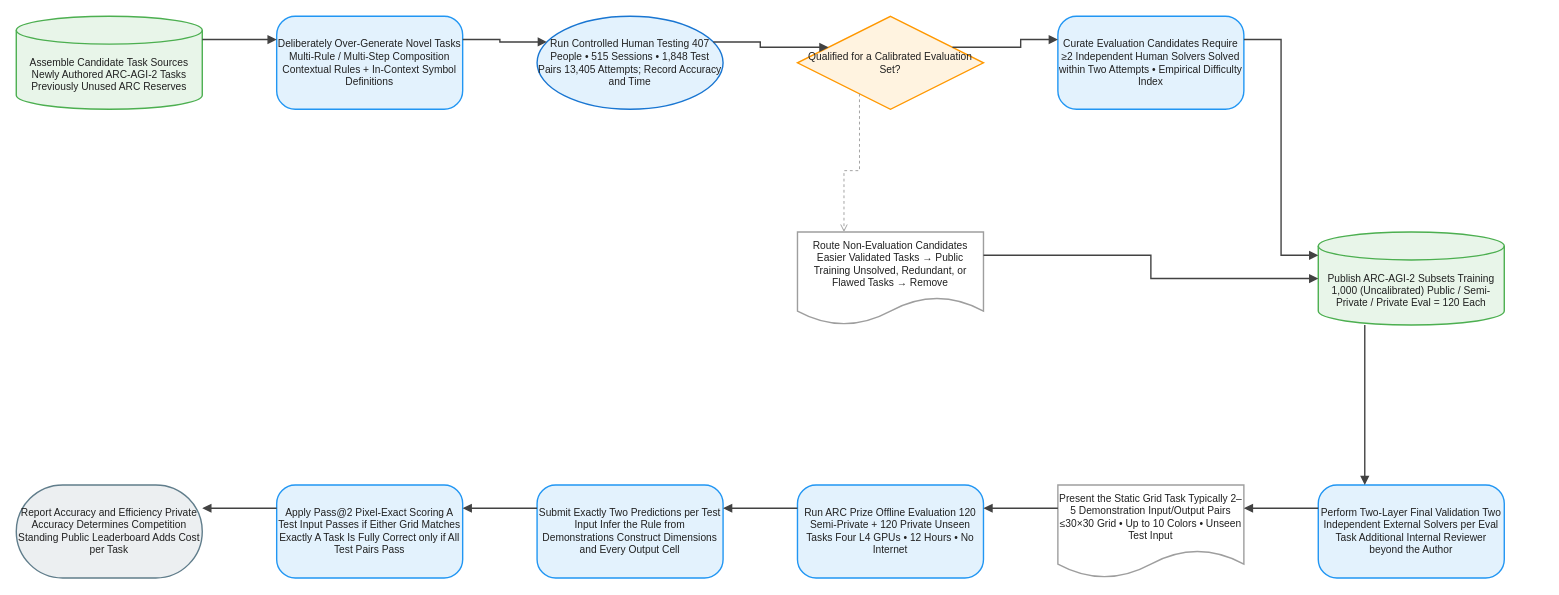
This is client/public/drawio/ARC-AGI-2/ARC-AGI-2.en.drawio from joe1chief/benchmark-hub, a draw.io file, before an edit. Source tidied: cells renumbered, new cells numbered last; positions are measured from the earlier drawing's top-left corner, leaving out a move shared by most shapes. Both pictures are drawn from the tidied source at 93%, with x=0, y=0 at pixel (16, 16).
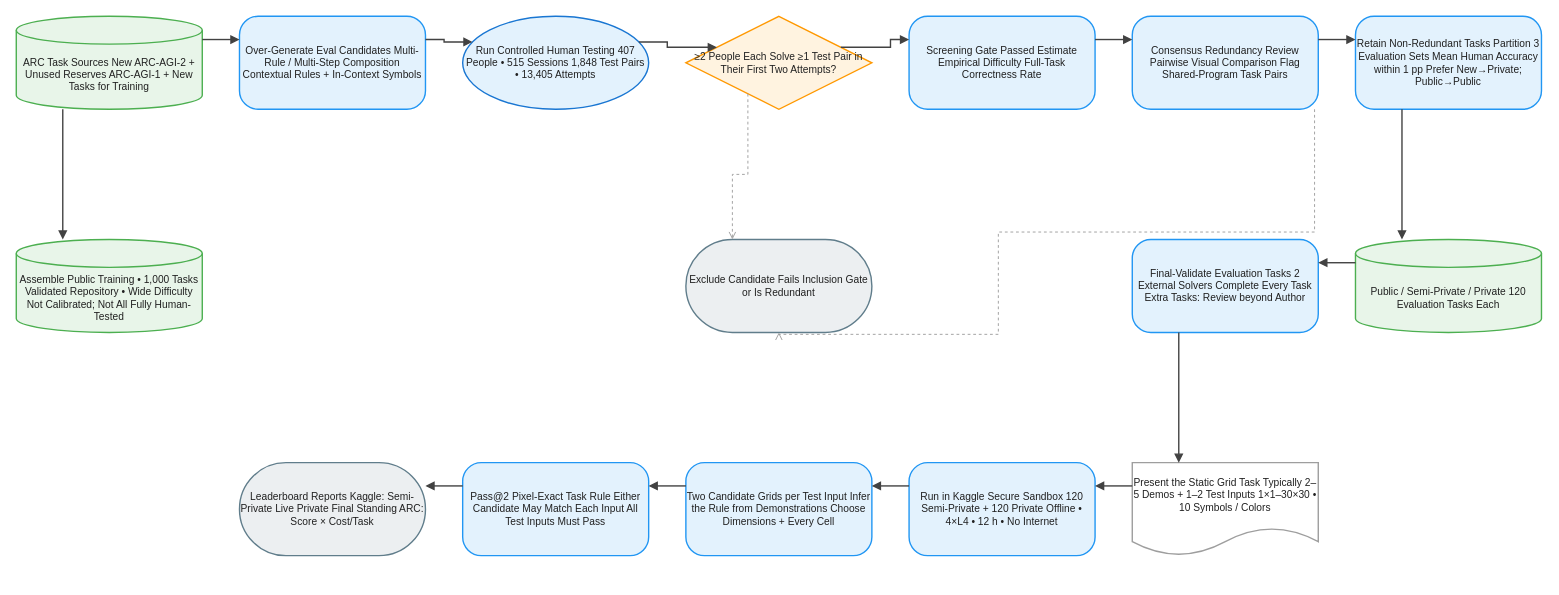
After the change.

Diff of the diagram source:
```diff
@@
-    <mxCell id="2" value="Assemble Candidate Task Sources Newly Authored ARC-AGI-2 Tasks Previously Unused ARC Reserves" style="shape=cylinder3;boundedLbl=1;backgroundOutline=1;size=15;html=1;whiteSpace=wrap;fillColor=#E8F5E9;strokeColor=#4CAF50;strokeWidth=1.5;fontColor=#212121;fontSize=11;fontFamily=Arial, Helvetica, sans-serif;verticalAlign=middle;align=center;" parent="1" vertex="1">
+    <mxCell id="2" value="ARC Task Sources New ARC-AGI-2 + Unused Reserves ARC-AGI-1 + New Tasks for Training" style="shape=cylinder3;boundedLbl=1;backgroundOutline=1;size=15;html=1;whiteSpace=wrap;fillColor=#E8F5E9;strokeColor=#4CAF50;strokeWidth=1.5;fontColor=#212121;fontSize=11;fontFamily=Arial, Helvetica, sans-serif;verticalAlign=middle;align=center;" parent="1" vertex="1">
       <mxGeometry width="200" height="100" as="geometry" />
     </mxCell>
-    <mxCell id="3" value="Deliberately Over-Generate Novel Tasks Multi-Rule / Multi-Step Composition Contextual Rules + In-Context Symbol Definitions" style="rounded=1;arcSize=20;html=1;whiteSpace=wrap;fillColor=#E3F2FD;strokeColor=#2196F3;strokeWidth=1.5;fontColor=#212121;fontSize=11;fontFamily=Arial, Helvetica, sans-serif;verticalAlign=middle;align=center;" parent="1" vertex="1">
-      <mxGeometry x="280" width="200" height="100" as="geometry" />
+    <mxCell id="3" value="Over-Generate Eval Candidates Multi-Rule / Multi-Step Composition Contextual Rules + In-Context Symbols" style="rounded=1;arcSize=20;html=1;whiteSpace=wrap;fillColor=#E3F2FD;strokeColor=#2196F3;strokeWidth=1.5;fontColor=#212121;fontSize=11;fontFamily=Arial, Helvetica, sans-serif;verticalAlign=middle;align=center;" parent="1" vertex="1">
+      <mxGeometry x="240" width="200" height="100" as="geometry" />
     </mxCell>
-    <mxCell id="4" value="Run Controlled Human Testing 407 People • 515 Sessions • 1,848 Test Pairs 13,405 Attempts; Record Accuracy and Time" style="ellipse;html=1;whiteSpace=wrap;fillColor=#E3F2FD;strokeColor=#1976D2;strokeWidth=1.5;fontColor=#212121;fontSize=11;fontFamily=Arial, Helvetica, sans-serif;verticalAlign=middle;align=center;" parent="1" vertex="1">
-      <mxGeometry x="560" width="200" height="100" as="geometry" />
+    <mxCell id="4" value="Run Controlled Human Testing 407 People • 515 Sessions 1,848 Test Pairs • 13,405 Attempts" style="ellipse;html=1;whiteSpace=wrap;fillColor=#E3F2FD;strokeColor=#1976D2;strokeWidth=1.5;fontColor=#212121;fontSize=11;fontFamily=Arial, Helvetica, sans-serif;verticalAlign=middle;align=center;" parent="1" vertex="1">
+      <mxGeometry x="480" width="200" height="100" as="geometry" />
     </mxCell>
-    <mxCell id="5" value="Qualified for a Calibrated Evaluation Set?" style="rhombus;html=1;whiteSpace=wrap;fillColor=#FFF3E0;strokeColor=#FF9800;strokeWidth=1.5;fontColor=#212121;fontSize=11;fontFamily=Arial, Helvetica, sans-serif;verticalAlign=middle;align=center;" parent="1" vertex="1">
-      <mxGeometry x="840" width="200" height="100" as="geometry" />
+    <mxCell id="5" value="≥2 People Each Solve ≥1 Test Pair in Their First Two Attempts?" style="rhombus;html=1;whiteSpace=wrap;fillColor=#FFF3E0;strokeColor=#FF9800;strokeWidth=1.5;fontColor=#212121;fontSize=11;fontFamily=Arial, Helvetica, sans-serif;verticalAlign=middle;align=center;" parent="1" vertex="1">
+      <mxGeometry x="720" width="200" height="100" as="geometry" />
     </mxCell>
-    <mxCell id="6" value="Curate Evaluation Candidates Require ≥2 Independent Human Solvers Solved within Two Attempts • Empirical Difficulty Index" style="rounded=1;arcSize=20;html=1;whiteSpace=wrap;fillColor=#E3F2FD;strokeColor=#2196F3;strokeWidth=1.5;fontColor=#212121;fontSize=11;fontFamily=Arial, Helvetica, sans-serif;verticalAlign=middle;align=center;" parent="1" vertex="1">
-      <mxGeometry x="1120" width="200" height="100" as="geometry" />
+    <mxCell id="6" value="Screening Gate Passed Estimate Empirical Difficulty Full-Task Correctness Rate" style="rounded=1;arcSize=20;html=1;whiteSpace=wrap;fillColor=#E3F2FD;strokeColor=#2196F3;strokeWidth=1.5;fontColor=#212121;fontSize=11;fontFamily=Arial, Helvetica, sans-serif;verticalAlign=middle;align=center;" parent="1" vertex="1">
+      <mxGeometry x="960" width="200" height="100" as="geometry" />
     </mxCell>
-    <mxCell id="7" value="Route Non-Evaluation Candidates Easier Validated Tasks → Public Training Unsolved, Redundant, or Flawed Tasks → Remove" style="shape=document;boundedLbl=1;html=1;whiteSpace=wrap;fillColor=#FFFFFF;strokeColor=#9E9E9E;strokeWidth=1.5;fontColor=#212121;fontSize=11;fontFamily=Arial, Helvetica, sans-serif;verticalAlign=middle;align=center;" parent="1" vertex="1">
-      <mxGeometry x="840" y="232" width="200" height="100" as="geometry" />
+    <mxCell id="7" value="Consensus Redundancy Review Pairwise Visual Comparison Flag Shared-Program Task Pairs" style="rounded=1;arcSize=20;html=1;whiteSpace=wrap;fillColor=#E3F2FD;strokeColor=#2196F3;strokeWidth=1.5;fontColor=#212121;fontSize=11;fontFamily=Arial, Helvetica, sans-serif;verticalAlign=middle;align=center;" parent="1" vertex="1">
+      <mxGeometry x="1200" width="200" height="100" as="geometry" />
     </mxCell>
-    <mxCell id="8" value="Publish ARC-AGI-2 Subsets Training 1,000 (Uncalibrated) Public / Semi-Private / Private Eval = 120 Each" style="shape=cylinder3;boundedLbl=1;backgroundOutline=1;size=15;html=1;whiteSpace=wrap;fillColor=#E8F5E9;strokeColor=#4CAF50;strokeWidth=1.5;fontColor=#212121;fontSize=11;fontFamily=Arial, Helvetica, sans-serif;verticalAlign=middle;align=center;" parent="1" vertex="1">
-      <mxGeometry x="1400" y="232" width="200" height="100" as="geometry" />
+    <mxCell id="8" value="Retain Non-Redundant Tasks Partition 3 Evaluation Sets Mean Human Accuracy within 1 pp Prefer New→Private; Public→Public" style="rounded=1;arcSize=20;html=1;whiteSpace=wrap;fillColor=#E3F2FD;strokeColor=#2196F3;strokeWidth=1.5;fontColor=#212121;fontSize=11;fontFamily=Arial, Helvetica, sans-serif;verticalAlign=middle;align=center;" parent="1" vertex="1">
+      <mxGeometry x="1440" width="200" height="100" as="geometry" />
     </mxCell>
-    <mxCell id="9" value="Perform Two-Layer Final Validation Two Independent External Solvers per Eval Task Additional Internal Reviewer beyond the Author" style="rounded=1;arcSize=20;html=1;whiteSpace=wrap;fillColor=#E3F2FD;strokeColor=#2196F3;strokeWidth=1.5;fontColor=#212121;fontSize=11;fontFamily=Arial, Helvetica, sans-serif;verticalAlign=middle;align=center;" parent="1" vertex="1">
-      <mxGeometry x="1400" y="504" width="200" height="100" as="geometry" />
+    <mxCell id="9" value="Assemble Public Training • 1,000 Tasks Validated Repository • Wide Difficulty Not Calibrated; Not All Fully Human-Tested" style="shape=cylinder3;boundedLbl=1;backgroundOutline=1;size=15;html=1;whiteSpace=wrap;fillColor=#E8F5E9;strokeColor=#4CAF50;strokeWidth=1.5;fontColor=#212121;fontSize=11;fontFamily=Arial, Helvetica, sans-serif;verticalAlign=middle;align=center;" parent="1" vertex="1">
+      <mxGeometry y="240" width="200" height="100" as="geometry" />
     </mxCell>
-    <mxCell id="10" value="Present the Static Grid Task Typically 2–5 Demonstration Input/Output Pairs ≤30×30 Grid • Up to 10 Colors • Unseen Test Input" style="shape=document;boundedLbl=1;html=1;whiteSpace=wrap;fillColor=#FFFFFF;strokeColor=#9E9E9E;strokeWidth=1.5;fontColor=#212121;fontSize=11;fontFamily=Arial, Helvetica, sans-serif;verticalAlign=middle;align=center;" parent="1" vertex="1">
-      <mxGeometry x="1120" y="504" width="200" height="100" as="geometry" />
+    <mxCell id="10" value="Public / Semi-Private / Private 120 Evaluation Tasks Each" style="shape=cylinder3;boundedLbl=1;backgroundOutline=1;size=15;html=1;whiteSpace=wrap;fillColor=#E8F5E9;strokeColor=#4CAF50;strokeWidth=1.5;fontColor=#212121;fontSize=11;fontFamily=Arial, Helvetica, sans-serif;verticalAlign=middle;align=center;" parent="1" vertex="1">
+      <mxGeometry x="1440" y="240" width="200" height="100" as="geometry" />
     </mxCell>
-    <mxCell id="11" value="Run ARC Prize Offline Evaluation 120 Semi-Private + 120 Private Unseen Tasks Four L4 GPUs • 12 Hours • No Internet" style="rounded=1;arcSize=20;html=1;whiteSpace=wrap;fillColor=#E3F2FD;strokeColor=#2196F3;strokeWidth=1.5;fontColor=#212121;fontSize=11;fontFamily=Arial, Helvetica, sans-serif;verticalAlign=middle;align=center;" parent="1" vertex="1">
-      <mxGeometry x="840" y="504" width="200" height="100" as="geometry" />
+    <mxCell id="11" value="Exclude Candidate Fails Inclusion Gate or Is Redundant" style="rounded=1;arcSize=50;html=1;whiteSpace=wrap;fillColor=#ECEFF1;strokeColor=#607D8B;strokeWidth=1.5;fontColor=#212121;fontSize=11;fontFamily=Arial, Helvetica, sans-serif;verticalAlign=middle;align=center;" parent="1" vertex="1">
+      <mxGeometry x="720" y="240" width="200" height="100" as="geometry" />
     </mxCell>
-    <mxCell id="12" value="Submit Exactly Two Predictions per Test Input Infer the Rule from Demonstrations Construct Dimensions and Every Output Cell" style="rounded=1;arcSize=20;html=1;whiteSpace=wrap;fillColor=#E3F2FD;strokeColor=#2196F3;strokeWidth=1.5;fontColor=#212121;fontSize=11;fontFamily=Arial, Helvetica, sans-serif;verticalAlign=middle;align=center;" parent="1" vertex="1">
-      <mxGeometry x="560" y="504" width="200" height="100" as="geometry" />
+    <mxCell id="12" value="Final-Validate Evaluation Tasks 2 External Solvers Complete Every Task Extra Tasks: Review beyond Author" style="rounded=1;arcSize=20;html=1;whiteSpace=wrap;fillColor=#E3F2FD;strokeColor=#2196F3;strokeWidth=1.5;fontColor=#212121;fontSize=11;fontFamily=Arial, Helvetica, sans-serif;verticalAlign=middle;align=center;" parent="1" vertex="1">
+      <mxGeometry x="1200" y="240" width="200" height="100" as="geometry" />
     </mxCell>
-    <mxCell id="13" value="Apply Pass@2 Pixel-Exact Scoring A Test Input Passes if Either Grid Matches Exactly A Task Is Fully Correct only if All Test Pairs Pass" style="rounded=1;arcSize=20;html=1;whiteSpace=wrap;fillColor=#E3F2FD;strokeColor=#2196F3;strokeWidth=1.5;fontColor=#212121;fontSize=11;fontFamily=Arial, Helvetica, sans-serif;verticalAlign=middle;align=center;" parent="1" vertex="1">
-      <mxGeometry x="280" y="504" width="200" height="100" as="geometry" />
+    <mxCell id="13" value="Present the Static Grid Task Typically 2–5 Demos + 1–2 Test Inputs 1×1–30×30 • 10 Symbols / Colors" style="shape=document;boundedLbl=1;html=1;whiteSpace=wrap;fillColor=#FFFFFF;strokeColor=#9E9E9E;strokeWidth=1.5;fontColor=#212121;fontSize=11;fontFamily=Arial, Helvetica, sans-serif;verticalAlign=middle;align=center;" parent="1" vertex="1">
+      <mxGeometry x="1200" y="480" width="200" height="100" as="geometry" />
     </mxCell>
-    <mxCell id="14" value="Report Accuracy and Efficiency Private Accuracy Determines Competition Standing Public Leaderboard Adds Cost per Task" style="rounded=1;arcSize=50;html=1;whiteSpace=wrap;fillColor=#ECEFF1;strokeColor=#607D8B;strokeWidth=1.5;fontColor=#212121;fontSize=11;fontFamily=Arial, Helvetica, sans-serif;verticalAlign=middle;align=center;" parent="1" vertex="1">
-      <mxGeometry y="504" width="200" height="100" as="geometry" />
+    <mxCell id="14" value="Run in Kaggle Secure Sandbox 120 Semi-Private + 120 Private Offline • 4×L4 • 12 h • No Internet" style="rounded=1;arcSize=20;html=1;whiteSpace=wrap;fillColor=#E3F2FD;strokeColor=#2196F3;strokeWidth=1.5;fontColor=#212121;fontSize=11;fontFamily=Arial, Helvetica, sans-serif;verticalAlign=middle;align=center;" parent="1" vertex="1">
+      <mxGeometry x="960" y="480" width="200" height="100" as="geometry" />
     </mxCell>
-    <mxCell id="15" style="edgeStyle=orthogonalEdgeStyle;rounded=0;jettySize=auto;html=1;strokeColor=#424242;strokeWidth=1.5;endArrow=block;endFill=1;exitX=1;exitY=0.25;exitDx=0;exitDy=0;entryX=0;entryY=0.25;entryDx=0;entryDy=0;jumpStyle=arc;jumpSize=8;" parent="1" edge="1" source="2" target="3">
-      <mxGeometry relative="1" as="geometry" />
+    <mxCell id="15" value="Two Candidate Grids per Test Input Infer the Rule from Demonstrations Choose Dimensions + Every Cell" style="rounded=1;arcSize=20;html=1;whiteSpace=wrap;fillColor=#E3F2FD;strokeColor=#2196F3;strokeWidth=1.5;fontColor=#212121;fontSize=11;fontFamily=Arial, Helvetica, sans-serif;verticalAlign=middle;align=center;" parent="1" vertex="1">
+      <mxGeometry x="720" y="480" width="200" height="100" as="geometry" />
     </mxCell>
-    <mxCell id="16" style="edgeStyle=orthogonalEdgeStyle;rounded=0;jettySize=auto;html=1;strokeColor=#424242;strokeWidth=1.5;endArrow=block;endFill=1;exitX=1;exitY=0.25;exitDx=0;exitDy=0;entryX=0;entryY=0.25;entryDx=0;entryDy=0;jumpStyle=arc;jumpSize=8;" parent="1" edge="1" source="3" target="4">
-      <mxGeometry relative="1" as="geometry" />
+    <mxCell id="16" value="Pass@2 Pixel-Exact Task Rule Either Candidate May Match Each Input All Test Inputs Must Pass" style="rounded=1;arcSize=20;html=1;whiteSpace=wrap;fillColor=#E3F2FD;strokeColor=#2196F3;strokeWidth=1.5;fontColor=#212121;fontSize=11;fontFamily=Arial, Helvetica, sans-serif;verticalAlign=middle;align=center;" parent="1" vertex="1">
+      <mxGeometry x="480" y="480" width="200" height="100" as="geometry" />
     </mxCell>
-    <mxCell id="17" style="edgeStyle=orthogonalEdgeStyle;rounded=0;jettySize=auto;html=1;strokeColor=#424242;strokeWidth=1.5;endArrow=block;endFill=1;exitX=1;exitY=0.25;exitDx=0;exitDy=0;entryX=0;entryY=0.25;entryDx=0;entryDy=0;jumpStyle=arc;jumpSize=8;" parent="1" edge="1" source="4" target="5">
-      <mxGeometry relative="1" as="geometry" />
+    <mxCell id="17" value="Leaderboard Reports Kaggle: Semi-Private Live Private Final Standing ARC: Score × Cost/Task" style="rounded=1;arcSize=50;html=1;whiteSpace=wrap;fillColor=#ECEFF1;strokeColor=#607D8B;strokeWidth=1.5;fontColor=#212121;fontSize=11;fontFamily=Arial, Helvetica, sans-serif;verticalAlign=middle;align=center;" parent="1" vertex="1">
+      <mxGeometry x="240" y="480" width="200" height="100" as="geometry" />
     </mxCell>
-    <mxCell id="18" style="edgeStyle=orthogonalEdgeStyle;rounded=0;jettySize=auto;html=1;strokeColor=#424242;strokeWidth=1.5;endArrow=block;endFill=1;exitX=1;exitY=0.25;exitDx=0;exitDy=0;entryX=0;entryY=0.25;entryDx=0;entryDy=0;jumpStyle=arc;jumpSize=8;" parent="1" edge="1" source="5" target="6">
+    <mxCell id="18" style="edgeStyle=orthogonalEdgeStyle;rounded=0;jettySize=auto;html=1;strokeColor=#424242;strokeWidth=1.5;endArrow=block;endFill=1;exitX=1;exitY=0.25;exitDx=0;exitDy=0;entryX=0;entryY=0.25;entryDx=0;entryDy=0;jumpStyle=arc;jumpSize=8;" parent="1" edge="1" source="2" target="3">
       <mxGeometry relative="1" as="geometry" />
     </mxCell>
-    <mxCell id="19" style="edgeStyle=orthogonalEdgeStyle;rounded=0;jettySize=auto;html=1;strokeColor=#9E9E9E;strokeWidth=1;endArrow=open;endFill=0;exitX=0.25;exitY=1;exitDx=0;exitDy=0;entryX=0.25;entryY=0;entryDx=0;entryDy=0;dashed=1;dashPattern=3 3;jumpStyle=arc;jumpSize=8;" parent="1" edge="1" source="5" target="7">
+    <mxCell id="19" style="edgeStyle=orthogonalEdgeStyle;rounded=0;jettySize=auto;html=1;strokeColor=#424242;strokeWidth=1.5;endArrow=block;endFill=1;exitX=0.25;exitY=1;exitDx=0;exitDy=0;entryX=0.25;entryY=0;entryDx=0;entryDy=0;jumpStyle=arc;jumpSize=8;" parent="1" edge="1" source="2" target="9">
       <mxGeometry relative="1" as="geometry" />
     </mxCell>
-    <mxCell id="20" style="edgeStyle=orthogonalEdgeStyle;rounded=0;jettySize=auto;html=1;strokeColor=#424242;strokeWidth=1.5;endArrow=block;endFill=1;exitX=1;exitY=0.25;exitDx=0;exitDy=0;entryX=0;entryY=0.25;entryDx=0;entryDy=0;jumpStyle=arc;jumpSize=8;" parent="1" edge="1" source="6" target="8">
+    <mxCell id="20" style="edgeStyle=orthogonalEdgeStyle;rounded=0;jettySize=auto;html=1;strokeColor=#424242;strokeWidth=1.5;endArrow=block;endFill=1;exitX=1;exitY=0.25;exitDx=0;exitDy=0;entryX=0;entryY=0.25;entryDx=0;entryDy=0;jumpStyle=arc;jumpSize=8;" parent="1" edge="1" source="3" target="4">
       <mxGeometry relative="1" as="geometry" />
     </mxCell>
-    <mxCell id="21" style="edgeStyle=orthogonalEdgeStyle;rounded=0;jettySize=auto;html=1;strokeColor=#424242;strokeWidth=1.5;endArrow=block;endFill=1;exitX=1;exitY=0.25;exitDx=0;exitDy=0;entryX=0;entryY=0.5;entryDx=0;entryDy=0;jumpStyle=arc;jumpSize=8;" parent="1" edge="1" source="7" target="8">
+    <mxCell id="21" style="edgeStyle=orthogonalEdgeStyle;rounded=0;jettySize=auto;html=1;strokeColor=#424242;strokeWidth=1.5;endArrow=block;endFill=1;exitX=1;exitY=0.25;exitDx=0;exitDy=0;entryX=0;entryY=0.25;entryDx=0;entryDy=0;jumpStyle=arc;jumpSize=8;" parent="1" edge="1" source="4" target="5">
       <mxGeometry relative="1" as="geometry" />
     </mxCell>
-    <mxCell id="22" style="edgeStyle=orthogonalEdgeStyle;rounded=0;jettySize=auto;html=1;strokeColor=#424242;strokeWidth=1.5;endArrow=block;endFill=1;exitX=0.25;exitY=1;exitDx=0;exitDy=0;entryX=0.25;entryY=0;entryDx=0;entryDy=0;jumpStyle=arc;jumpSize=8;" parent="1" edge="1" source="8" target="9">
+    <mxCell id="22" style="edgeStyle=orthogonalEdgeStyle;rounded=0;jettySize=auto;html=1;strokeColor=#424242;strokeWidth=1.5;endArrow=block;endFill=1;exitX=1;exitY=0.25;exitDx=0;exitDy=0;entryX=0;entryY=0.25;entryDx=0;entryDy=0;jumpStyle=arc;jumpSize=8;" parent="1" edge="1" source="5" target="6">
       <mxGeometry relative="1" as="geometry" />
     </mxCell>
-    <mxCell id="23" style="edgeStyle=orthogonalEdgeStyle;rounded=0;jettySize=auto;html=1;strokeColor=#424242;strokeWidth=1.5;endArrow=block;endFill=1;exitX=0;exitY=0.25;exitDx=0;exitDy=0;entryX=1;entryY=0.25;entryDx=0;entryDy=0;jumpStyle=arc;jumpSize=8;" parent="1" edge="1" source="9" target="10">
+    <mxCell id="23" style="edgeStyle=orthogonalEdgeStyle;rounded=0;jettySize=auto;html=1;strokeColor=#9E9E9E;strokeWidth=1;endArrow=open;endFill=0;exitX=0.25;exitY=1;exitDx=0;exitDy=0;entryX=0.25;entryY=0;entryDx=0;entryDy=0;dashed=1;dashPattern=3 3;jumpStyle=arc;jumpSize=8;" parent="1" edge="1" source="5" target="11">
       <mxGeometry relative="1" as="geometry" />
     </mxCell>
-    <mxCell id="24" style="edgeStyle=orthogonalEdgeStyle;rounded=0;jettySize=auto;html=1;strokeColor=#424242;strokeWidth=1.5;endArrow=block;endFill=1;exitX=0;exitY=0.25;exitDx=0;exitDy=0;entryX=1;entryY=0.25;entryDx=0;entryDy=0;jumpStyle=arc;jumpSize=8;" parent="1" edge="1" source="10" target="11">
+    <mxCell id="24" style="edgeStyle=orthogonalEdgeStyle;rounded=0;jettySize=auto;html=1;strokeColor=#424242;strokeWidth=1.5;endArrow=block;endFill=1;exitX=1;exitY=0.25;exitDx=0;exitDy=0;entryX=0;entryY=0.25;entryDx=0;entryDy=0;jumpStyle=arc;jumpSize=8;" parent="1" edge="1" source="6" target="7">
       <mxGeometry relative="1" as="geometry" />
     </mxCell>
-    <mxCell id="25" style="edgeStyle=orthogonalEdgeStyle;rounded=0;jettySize=auto;html=1;strokeColor=#424242;strokeWidth=1.5;endArrow=block;endFill=1;exitX=0;exitY=0.25;exitDx=0;exitDy=0;entryX=1;entryY=0.25;entryDx=0;entryDy=0;jumpStyle=arc;jumpSize=8;" parent="1" edge="1" source="11" target="12">
+    <mxCell id="25" style="edgeStyle=orthogonalEdgeStyle;rounded=0;jettySize=auto;html=1;strokeColor=#424242;strokeWidth=1.5;endArrow=block;endFill=1;exitX=1;exitY=0.25;exitDx=0;exitDy=0;entryX=0;entryY=0.25;entryDx=0;entryDy=0;jumpStyle=arc;jumpSize=8;" parent="1" edge="1" source="7" target="8">
       <mxGeometry relative="1" as="geometry" />
     </mxCell>
-    <mxCell id="26" style="edgeStyle=orthogonalEdgeStyle;rounded=0;jettySize=auto;html=1;strokeColor=#424242;strokeWidth=1.5;endArrow=block;endFill=1;exitX=0;exitY=0.25;exitDx=0;exitDy=0;entryX=1;entryY=0.25;entryDx=0;entryDy=0;jumpStyle=arc;jumpSize=8;" parent="1" edge="1" source="12" target="13">
-      <mxGeometry relative="1" as="geometry" />
+    <mxCell id="26" style="edgeStyle=orthogonalEdgeStyle;rounded=0;jettySize=auto;html=1;strokeColor=#9E9E9E;strokeWidth=1;endArrow=open;endFill=0;dashed=1;dashPattern=3 3;jumpStyle=arc;jumpSize=8;" parent="1" edge="1" source="7" target="11">
+      <mxGeometry relative="1" as="geometry">
+        <Array as="points">
+          <mxPoint x="1396" y="232" />
+          <mxPoint x="1056" y="232" />
+          <mxPoint x="1056" y="342" />
+        </Array>
+      </mxGeometry>
     </mxCell>
-    <mxCell id="27" style="edgeStyle=orthogonalEdgeStyle;rounded=0;jettySize=auto;html=1;strokeColor=#424242;strokeWidth=1.5;endArrow=block;endFill=1;exitX=0;exitY=0.25;exitDx=0;exitDy=0;entryX=1;entryY=0.25;entryDx=0;entryDy=0;jumpStyle=arc;jumpSize=8;" parent="1" edge="1" source="13" target="14">
+    <mxCell id="27" style="edgeStyle=orthogonalEdgeStyle;rounded=0;jettySize=auto;html=1;strokeColor=#424242;strokeWidth=1.5;endArrow=block;endFill=1;exitX=0.25;exitY=1;exitDx=0;exitDy=0;entryX=0.25;entryY=0;entryDx=0;entryDy=0;jumpStyle=arc;jumpSize=8;" parent="1" edge="1" source="8" target="10">
       <mxGeometry relative="1" as="geometry" />
     </mxCell>
+    <mxCell id="28" style="edgeStyle=orthogonalEdgeStyle;rounded=0;jettySize=auto;html=1;strokeColor=#424242;strokeWidth=1.5;endArrow=block;endFill=1;exitX=0;exitY=0.25;exitDx=0;exitDy=0;entryX=1;entryY=0.25;entryDx=0;entryDy=0;jumpStyle=arc;jumpSize=8;" parent="1" edge="1" source="10" target="12">
+      <mxGeometry relative="1" as="geometry" />
+    </mxCell>
+    <mxCell id="29" style="edgeStyle=orthogonalEdgeStyle;rounded=0;jettySize=auto;html=1;strokeColor=#424242;strokeWidth=1.5;endArrow=block;endFill=1;exitX=0.25;exitY=1;exitDx=0;exitDy=0;entryX=0.25;entryY=0;entryDx=0;entryDy=0;jumpStyle=arc;jumpSize=8;" parent="1" edge="1" source="12" target="13">
+      <mxGeometry relative="1" as="geometry" />
+    </mxCell>
+    <mxCell id="30" style="edgeStyle=orthogonalEdgeStyle;rounded=0;jettySize=auto;html=1;strokeColor=#424242;strokeWidth=1.5;endArrow=block;endFill=1;exitX=0;exitY=0.25;exitDx=0;exitDy=0;entryX=1;entryY=0.25;entryDx=0;entryDy=0;jumpStyle=arc;jumpSize=8;" parent="1" edge="1" source="13" target="14">
+      <mxGeometry relative="1" as="geometry" />
+    </mxCell>
+    <mxCell id="31" style="edgeStyle=orthogonalEdgeStyle;rounded=0;jettySize=auto;html=1;strokeColor=#424242;strokeWidth=1.5;endArrow=block;endFill=1;exitX=0;exitY=0.25;exitDx=0;exitDy=0;entryX=1;entryY=0.25;entryDx=0;entryDy=0;jumpStyle=arc;jumpSize=8;" parent="1" edge="1" source="14" target="15">
+      <mxGeometry relative="1" as="geometry" />
+    </mxCell>
+    <mxCell id="32" style="edgeStyle=orthogonalEdgeStyle;rounded=0;jettySize=auto;html=1;strokeColor=#424242;strokeWidth=1.5;endArrow=block;endFill=1;exitX=0;exitY=0.25;exitDx=0;exitDy=0;entryX=1;entryY=0.25;entryDx=0;entryDy=0;jumpStyle=arc;jumpSize=8;" parent="1" edge="1" source="15" target="16">
+      <mxGeometry relative="1" as="geometry" />
+    </mxCell>
+    <mxCell id="33" style="edgeStyle=orthogonalEdgeStyle;rounded=0;jettySize=auto;html=1;strokeColor=#424242;strokeWidth=1.5;endArrow=block;endFill=1;exitX=0;exitY=0.25;exitDx=0;exitDy=0;entryX=1;entryY=0.25;entryDx=0;entryDy=0;jumpStyle=arc;jumpSize=8;" parent="1" edge="1" source="16" target="17">
+      <mxGeometry relative="1" as="geometry" />
+    </mxCell>
```
